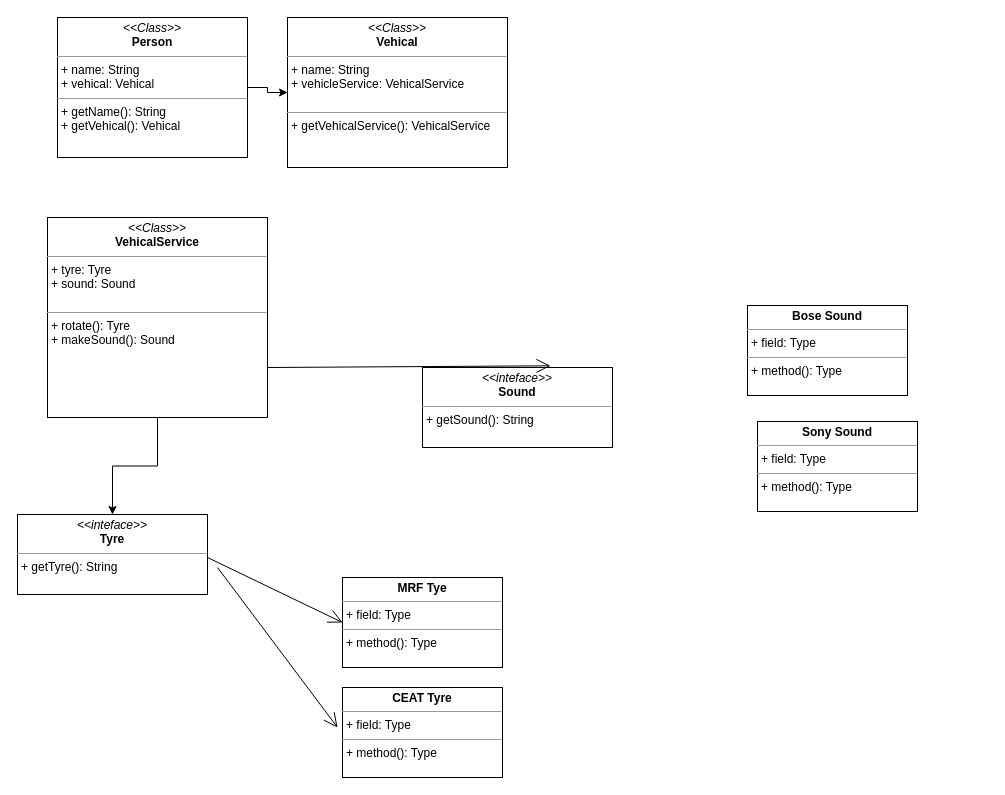
Earlier version of the draw.io diagram page "Right Approach" (2 of 2) of example13/Untitled Diagram.drawio (ManojKumarPatnaik/eazybytesspring). Source tidied: cells renumbered, new cells numbered last; positions are measured from the earlier drawing's top-left corner, leaving out a move shared by most shapes. Both pictures are drawn from the tidied source at 100%, with x=0, y=0 at pixel (17, 17).
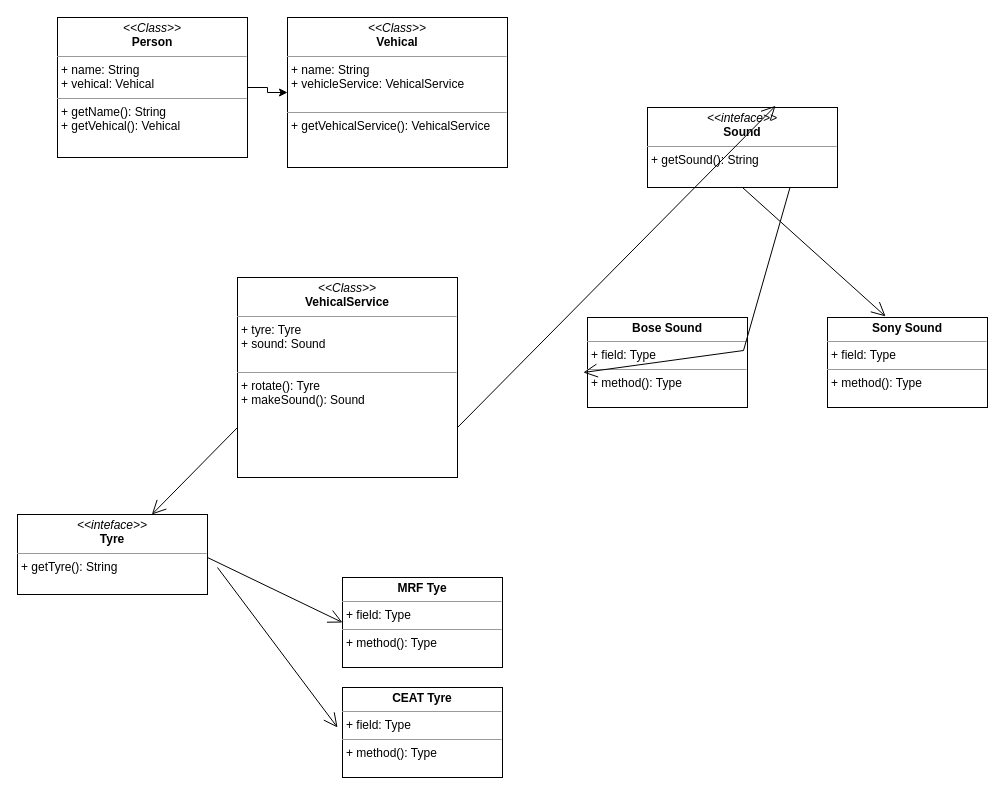
Above is the later version.

The change refers to these unchanged cells:
```xml
<mxCell id="5" value="&lt;p style=&quot;margin:0px;margin-top:4px;text-align:center;&quot;&gt;&lt;i&gt;&amp;lt;&amp;lt;inteface&amp;gt;&amp;gt;&lt;/i&gt;&lt;br&gt;&lt;b&gt;Tyre&lt;/b&gt;&lt;/p&gt;&lt;hr size=&quot;1&quot;&gt;&lt;p style=&quot;margin:0px;margin-left:4px;&quot;&gt;&lt;/p&gt;&lt;p style=&quot;margin:0px;margin-left:4px;&quot;&gt;&lt;span style=&quot;background-color: initial;&quot;&gt;+ getTyre(): String&lt;/span&gt;&lt;br&gt;&lt;/p&gt;&lt;p style=&quot;margin:0px;margin-left:4px;&quot;&gt;&lt;br&gt;&lt;/p&gt;" style="verticalAlign=top;align=left;overflow=fill;fontSize=12;fontFamily=Helvetica;html=1;" parent="1" vertex="1">
  <mxGeometry y="497" width="190" height="80" as="geometry" />
</mxCell>
```

Change to the diagram source:
```diff
@@
     <mxCell id="6" value="&lt;p style=&quot;margin:0px;margin-top:4px;text-align:center;&quot;&gt;&lt;i&gt;&amp;lt;&amp;lt;inteface&amp;gt;&amp;gt;&lt;/i&gt;&lt;br&gt;&lt;b&gt;Sound&lt;/b&gt;&lt;/p&gt;&lt;hr size=&quot;1&quot;&gt;&lt;p style=&quot;margin:0px;margin-left:4px;&quot;&gt;&lt;/p&gt;&lt;p style=&quot;margin:0px;margin-left:4px;&quot;&gt;&lt;span style=&quot;background-color: initial;&quot;&gt;+ getSound(): String&lt;/span&gt;&lt;br&gt;&lt;/p&gt;&lt;p style=&quot;margin:0px;margin-left:4px;&quot;&gt;&lt;br&gt;&lt;/p&gt;" style="verticalAlign=top;align=left;overflow=fill;fontSize=12;fontFamily=Helvetica;html=1;" parent="1" vertex="1">
-      <mxGeometry x="405" y="350" width="190" height="80" as="geometry" />
+      <mxGeometry x="630" y="90" width="190" height="80" as="geometry" />
     </mxCell>
@@
     <mxCell id="9" value="&lt;p style=&quot;margin:0px;margin-top:4px;text-align:center;&quot;&gt;&lt;b&gt;Bose Sound&lt;/b&gt;&lt;/p&gt;&lt;hr size=&quot;1&quot;&gt;&lt;p style=&quot;margin:0px;margin-left:4px;&quot;&gt;+ field: Type&lt;/p&gt;&lt;hr size=&quot;1&quot;&gt;&lt;p style=&quot;margin:0px;margin-left:4px;&quot;&gt;+ method(): Type&lt;/p&gt;" style="verticalAlign=top;align=left;overflow=fill;fontSize=12;fontFamily=Helvetica;html=1;" parent="1" vertex="1">
-      <mxGeometry x="730" y="288" width="160" height="90" as="geometry" />
+      <mxGeometry x="570" y="300" width="160" height="90" as="geometry" />
     </mxCell>
     <mxCell id="10" value="&lt;p style=&quot;margin:0px;margin-top:4px;text-align:center;&quot;&gt;&lt;b&gt;Sony Sound&lt;/b&gt;&lt;/p&gt;&lt;hr size=&quot;1&quot;&gt;&lt;p style=&quot;margin:0px;margin-left:4px;&quot;&gt;+ field: Type&lt;/p&gt;&lt;hr size=&quot;1&quot;&gt;&lt;p style=&quot;margin:0px;margin-left:4px;&quot;&gt;+ method(): Type&lt;/p&gt;" style="verticalAlign=top;align=left;overflow=fill;fontSize=12;fontFamily=Helvetica;html=1;" parent="1" vertex="1">
-      <mxGeometry x="740" y="404" width="160" height="90" as="geometry" />
+      <mxGeometry x="810" y="300" width="160" height="90" as="geometry" />
     </mxCell>
-    <mxCell id="11" style="edgeStyle=orthogonalEdgeStyle;rounded=0;jettySize=auto;html=1;" parent="1" edge="1" source="12" target="5">
-      <mxGeometry relative="1" as="geometry" />
-    </mxCell>
     <mxCell id="12" value="&lt;p style=&quot;margin:0px;margin-top:4px;text-align:center;&quot;&gt;&lt;i&gt;&amp;lt;&amp;lt;Class&amp;gt;&amp;gt;&lt;/i&gt;&lt;br&gt;&lt;b&gt;VehicalService&lt;/b&gt;&lt;/p&gt;&lt;hr size=&quot;1&quot;&gt;&lt;p style=&quot;margin:0px;margin-left:4px;&quot;&gt;+ tyre: Tyre&lt;br&gt;+ sound: Sound&lt;/p&gt;&lt;p style=&quot;margin:0px;margin-left:4px;&quot;&gt;&lt;br&gt;&lt;/p&gt;&lt;hr size=&quot;1&quot;&gt;&lt;p style=&quot;margin:0px;margin-left:4px;&quot;&gt;&lt;span style=&quot;background-color: initial;&quot;&gt;+ rotate(): Tyre&lt;/span&gt;&lt;br&gt;&lt;/p&gt;&lt;p style=&quot;margin:0px;margin-left:4px;&quot;&gt;+ makeSound(): Sound&lt;/p&gt;" style="verticalAlign=top;align=left;overflow=fill;fontSize=12;fontFamily=Helvetica;html=1;" parent="1" vertex="1">
-      <mxGeometry x="30" y="200" width="220" height="200" as="geometry" />
+      <mxGeometry x="220" y="260" width="220" height="200" as="geometry" />
     </mxCell>
@@
+    <mxCell id="16" style="endArrow=open;endFill=1;endSize=12;html=1;rounded=0;entryX=-0.026;entryY=0.611;entryDx=0;entryDy=0;entryPerimeter=0;exitX=0.75;exitY=1;exitDx=0;exitDy=0;" parent="1" edge="1" source="6" target="9">
+      <mxGeometry relative="1" as="geometry">
+        <Array as="points">
+          <mxPoint x="726" y="333" />
+        </Array>
+      </mxGeometry>
+    </mxCell>
+    <mxCell id="17" style="endArrow=open;endFill=1;endSize=12;html=1;rounded=0;exitX=0.5;exitY=1;exitDx=0;exitDy=0;entryX=0.363;entryY=-0.012;entryDx=0;entryDy=0;entryPerimeter=0;" parent="1" edge="1" source="6" target="10">
+      <mxGeometry relative="1" as="geometry" />
+    </mxCell>
+    <mxCell id="11" style="endArrow=open;endFill=1;endSize=12;html=1;rounded=0;exitX=0;exitY=0.75;exitDx=0;exitDy=0;" parent="1" edge="1" source="12" target="5">
+      <mxGeometry relative="1" as="geometry" />
+    </mxCell>
```
